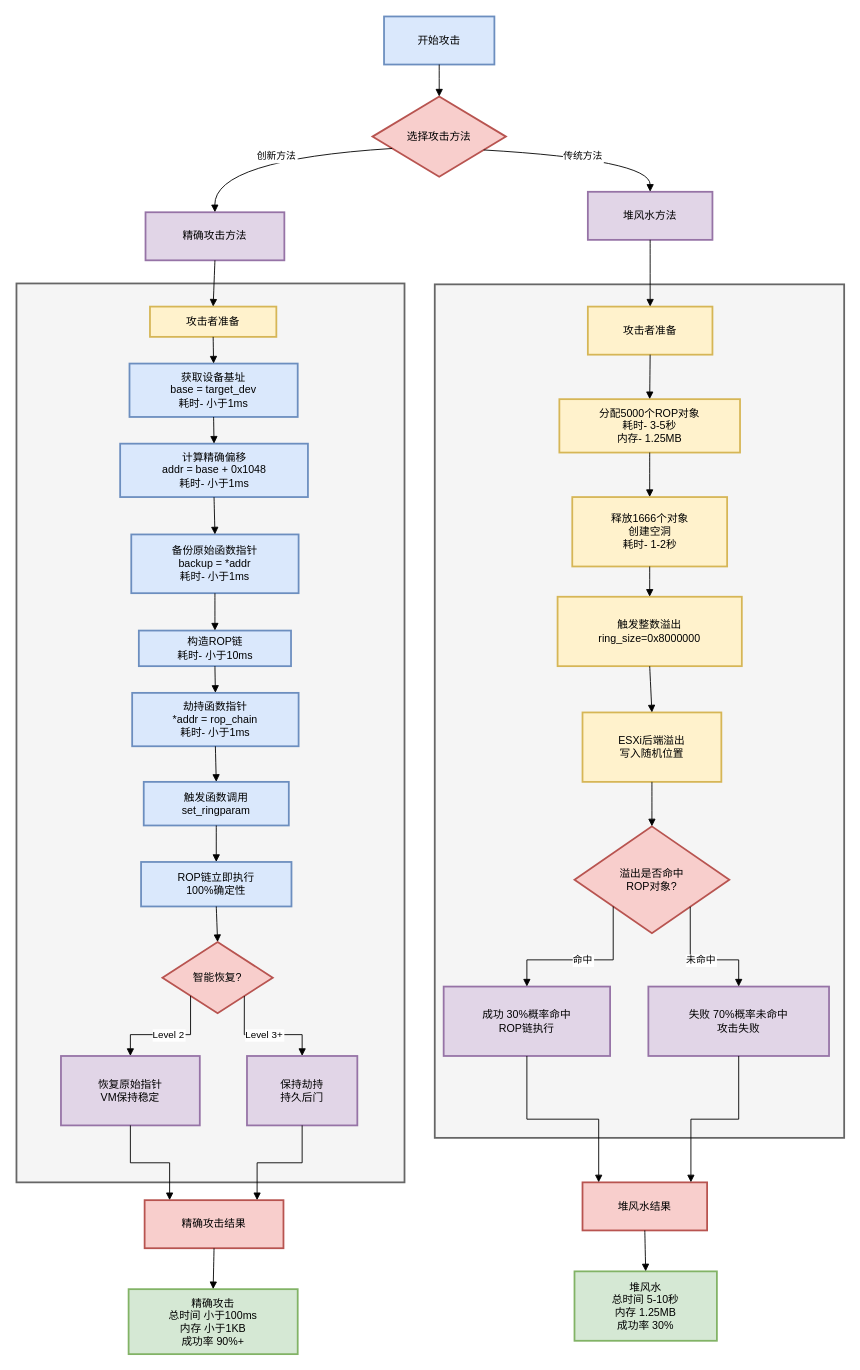
Above: page "第 1 页" (1 of 2) of 2025/堆风水vs精确攻击时序对比图.drawio in clarkhillm/Document (draw.io), before the change. Source tidied: cells renumbered, new cells numbered last; positions are measured from the earlier drawing's top-left corner, leaving out a move shared by most shapes. Both pictures are drawn from the tidied source at 89%, with x=0, y=0 at pixel (16, 16).
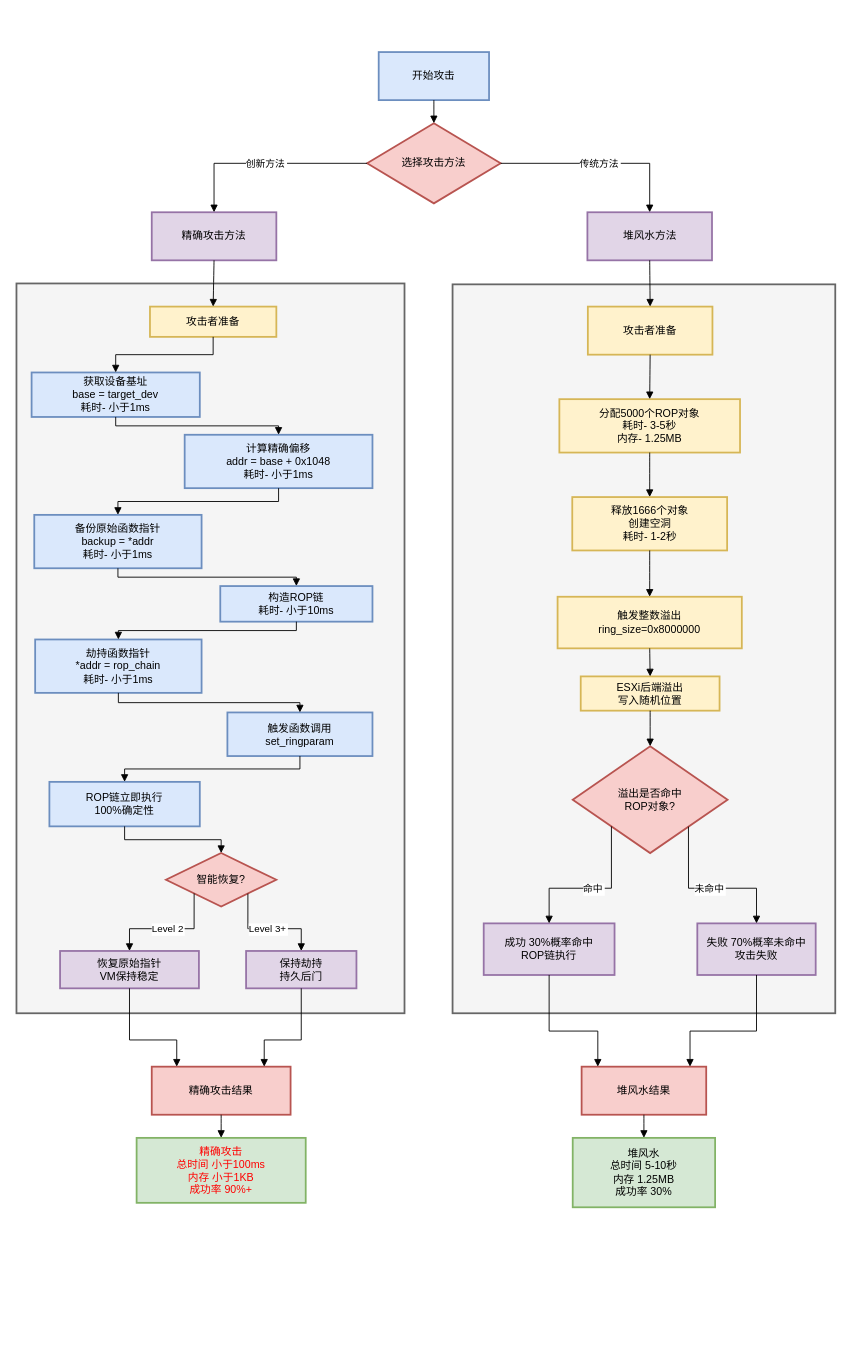
After the change.

Commit message:
更新堆风水vs精确攻击时序对比图.drawio

Unchanged cells that the change refers to:
```xml
<mxCell id="16" value="攻击者准备" style="whiteSpace=wrap;strokeWidth=2;fillColor=#fff2cc;strokeColor=#d6b656;" parent="1" vertex="1">
  <mxGeometry x="150" y="326" width="142" height="34" as="geometry" />
</mxCell>
```

Diff of the diagram source:
```diff
@@
     <mxCell id="2" style="whiteSpace=wrap;strokeWidth=2;fillColor=#f5f5f5;fontColor=#333333;strokeColor=#666666;" parent="1" vertex="1">
-      <mxGeometry y="300" width="436" height="1010" as="geometry" />
+      <mxGeometry y="300" width="436" height="820" as="geometry" />
     </mxCell>
     <mxCell id="3" style="whiteSpace=wrap;strokeWidth=2;fillColor=#f5f5f5;fontColor=#333333;strokeColor=#666666;" parent="1" vertex="1">
-      <mxGeometry x="470" y="301" width="460" height="959" as="geometry" />
+      <mxGeometry x="490" y="301" width="430" height="819" as="geometry" />
     </mxCell>
     <mxCell id="4" value="开始攻击" style="whiteSpace=wrap;strokeWidth=2;fillColor=#dae8fc;strokeColor=#6c8ebf;" parent="1" vertex="1">
-      <mxGeometry x="413" width="124" height="54" as="geometry" />
+      <mxGeometry x="407" y="40" width="124" height="54" as="geometry" />
     </mxCell>
     <mxCell id="5" value="选择攻击方法" style="rhombus;strokeWidth=2;whiteSpace=wrap;fillColor=#f8cecc;strokeColor=#b85450;" parent="1" vertex="1">
-      <mxGeometry x="400" y="90" width="150" height="90" as="geometry" />
+      <mxGeometry x="394" y="120" width="150" height="90" as="geometry" />
     </mxCell>
     <mxCell id="6" value="堆风水方法" style="whiteSpace=wrap;strokeWidth=2;fillColor=#e1d5e7;strokeColor=#9673a6;" parent="1" vertex="1">
-      <mxGeometry x="642" y="197" width="140" height="54" as="geometry" />
+      <mxGeometry x="641.5" y="220" width="140" height="54" as="geometry" />
     </mxCell>
     <mxCell id="7" value="精确攻击方法" style="whiteSpace=wrap;strokeWidth=2;fillColor=#e1d5e7;strokeColor=#9673a6;" parent="1" vertex="1">
-      <mxGeometry x="145" y="220" width="156" height="54" as="geometry" />
+      <mxGeometry x="152" y="220" width="140" height="54" as="geometry" />
     </mxCell>
@@
     <mxCell id="10" value="释放1666个对象&#10;创建空洞&#10;耗时- 1-2秒" style="whiteSpace=wrap;strokeWidth=2;fillColor=#fff2cc;strokeColor=#d6b656;" parent="1" vertex="1">
-      <mxGeometry x="624.5" y="540" width="174" height="78" as="geometry" />
+      <mxGeometry x="624.5" y="540" width="174" height="60" as="geometry" />
     </mxCell>
     <mxCell id="11" value="触发整数溢出&#10;ring_size=0x8000000" style="whiteSpace=wrap;strokeWidth=2;fillColor=#fff2cc;strokeColor=#d6b656;" parent="1" vertex="1">
-      <mxGeometry x="608" y="652" width="207" height="78" as="geometry" />
+      <mxGeometry x="608" y="652" width="207" height="58" as="geometry" />
     </mxCell>
     <mxCell id="12" value="ESXi后端溢出&#10;写入随机位置" style="whiteSpace=wrap;strokeWidth=2;fillColor=#fff2cc;strokeColor=#d6b656;" parent="1" vertex="1">
-      <mxGeometry x="636" y="782" width="156" height="78" as="geometry" />
+      <mxGeometry x="634" y="741.5" width="156" height="38.5" as="geometry" />
     </mxCell>
     <mxCell id="13" value="溢出是否命中&#10;ROP对象?" style="rhombus;strokeWidth=2;whiteSpace=wrap;fillColor=#f8cecc;strokeColor=#b85450;" parent="1" vertex="1">
-      <mxGeometry x="627" y="910" width="174" height="120" as="geometry" />
+      <mxGeometry x="625" y="820" width="174" height="120" as="geometry" />
     </mxCell>
     <mxCell id="14" value="成功 30%概率命中&#10;ROP链执行" style="whiteSpace=wrap;strokeWidth=2;fillColor=#e1d5e7;strokeColor=#9673a6;" parent="1" vertex="1">
-      <mxGeometry x="480" y="1090" width="187" height="78" as="geometry" />
+      <mxGeometry x="525" y="1019" width="147" height="58" as="geometry" />
     </mxCell>
     <mxCell id="15" value="失败 70%概率未命中&#10;攻击失败" style="whiteSpace=wrap;strokeWidth=2;fillColor=#e1d5e7;strokeColor=#9673a6;" parent="1" vertex="1">
-      <mxGeometry x="710" y="1090" width="203" height="78" as="geometry" />
+      <mxGeometry x="765" y="1019" width="133" height="58" as="geometry" />
     </mxCell>
@@
     <mxCell id="17" value="获取设备基址&#10;base = target_dev&#10;耗时- 小于1ms" style="whiteSpace=wrap;strokeWidth=2;fillColor=#dae8fc;strokeColor=#6c8ebf;" parent="1" vertex="1">
-      <mxGeometry x="127" y="390" width="189" height="60" as="geometry" />
+      <mxGeometry x="17" y="400" width="189" height="50" as="geometry" />
     </mxCell>
     <mxCell id="18" value="计算精确偏移&#10;addr = base + 0x1048&#10;耗时- 小于1ms" style="whiteSpace=wrap;strokeWidth=2;fillColor=#dae8fc;strokeColor=#6c8ebf;" parent="1" vertex="1">
-      <mxGeometry x="116.5" y="480" width="211" height="60" as="geometry" />
+      <mxGeometry x="189" y="470" width="211" height="60" as="geometry" />
     </mxCell>
     <mxCell id="19" value="备份原始函数指针&#10;backup = *addr&#10;耗时- 小于1ms" style="whiteSpace=wrap;strokeWidth=2;fillColor=#dae8fc;strokeColor=#6c8ebf;" parent="1" vertex="1">
-      <mxGeometry x="129" y="582" width="188" height="66" as="geometry" />
+      <mxGeometry x="20" y="560" width="188" height="60" as="geometry" />
     </mxCell>
     <mxCell id="20" value="构造ROP链&#10;耗时- 小于10ms" style="whiteSpace=wrap;strokeWidth=2;fillColor=#dae8fc;strokeColor=#6c8ebf;" parent="1" vertex="1">
-      <mxGeometry x="137.5" y="690" width="171" height="40" as="geometry" />
+      <mxGeometry x="229" y="640" width="171" height="40" as="geometry" />
     </mxCell>
     <mxCell id="21" value="劫持函数指针&#10;*addr = rop_chain&#10;耗时- 小于1ms" style="whiteSpace=wrap;strokeWidth=2;fillColor=#dae8fc;strokeColor=#6c8ebf;" parent="1" vertex="1">
-      <mxGeometry x="130" y="760" width="187" height="60" as="geometry" />
+      <mxGeometry x="21" y="700" width="187" height="60" as="geometry" />
     </mxCell>
     <mxCell id="22" value="触发函数调用&#10;set_ringparam" style="whiteSpace=wrap;strokeWidth=2;fillColor=#dae8fc;strokeColor=#6c8ebf;" parent="1" vertex="1">
-      <mxGeometry x="143" y="860" width="163" height="49" as="geometry" />
+      <mxGeometry x="237" y="782" width="163" height="49" as="geometry" />
     </mxCell>
     <mxCell id="23" value="ROP链立即执行&#10;100%确定性" style="whiteSpace=wrap;strokeWidth=2;fillColor=#dae8fc;strokeColor=#6c8ebf;" parent="1" vertex="1">
-      <mxGeometry x="140" y="950" width="169" height="50" as="geometry" />
+      <mxGeometry x="37" y="860" width="169" height="50" as="geometry" />
     </mxCell>
     <mxCell id="24" value="智能恢复?" style="rhombus;strokeWidth=2;whiteSpace=wrap;fillColor=#f8cecc;strokeColor=#b85450;" parent="1" vertex="1">
-      <mxGeometry x="164" y="1040" width="124" height="80" as="geometry" />
+      <mxGeometry x="168" y="940" width="124" height="60" as="geometry" />
     </mxCell>
     <mxCell id="25" value="恢复原始指针&#10;VM保持稳定" style="whiteSpace=wrap;strokeWidth=2;fillColor=#e1d5e7;strokeColor=#9673a6;" parent="1" vertex="1">
-      <mxGeometry x="50" y="1168" width="156" height="78" as="geometry" />
+      <mxGeometry x="49" y="1050" width="156" height="42" as="geometry" />
     </mxCell>
     <mxCell id="26" value="保持劫持&#10;持久后门" style="whiteSpace=wrap;strokeWidth=2;fillColor=#e1d5e7;strokeColor=#9673a6;" parent="1" vertex="1">
-      <mxGeometry x="259" y="1168" width="124" height="78" as="geometry" />
+      <mxGeometry x="258" y="1050" width="124" height="42" as="geometry" />
     </mxCell>
     <mxCell id="27" value="堆风水结果" style="whiteSpace=wrap;strokeWidth=2;fillColor=#f8cecc;strokeColor=#b85450;" parent="1" vertex="1">
-      <mxGeometry x="636" y="1310" width="140" height="54" as="geometry" />
+      <mxGeometry x="635" y="1180" width="140" height="54" as="geometry" />
     </mxCell>
     <mxCell id="28" value="精确攻击结果" style="whiteSpace=wrap;strokeWidth=2;fillColor=#f8cecc;strokeColor=#b85450;" parent="1" vertex="1">
-      <mxGeometry x="144" y="1330" width="156" height="54" as="geometry" />
+      <mxGeometry x="152" y="1180" width="156" height="54" as="geometry" />
     </mxCell>
     <mxCell id="29" value="堆风水&#10;总时间 5-10秒&#10;内存 1.25MB&#10;成功率 30%" style="whiteSpace=wrap;strokeWidth=2;fillColor=#d5e8d4;strokeColor=#82b366;" parent="1" vertex="1">
-      <mxGeometry x="627" y="1410" width="160" height="78" as="geometry" />
+      <mxGeometry x="625" y="1260" width="160" height="78" as="geometry" />
     </mxCell>
-    <mxCell id="30" value="精确攻击&#10;总时间 小于100ms&#10;内存 小于1KB&#10;成功率 90%+" style="whiteSpace=wrap;strokeWidth=2;fillColor=#d5e8d4;strokeColor=#82b366;" parent="1" vertex="1">
-      <mxGeometry x="126" y="1430" width="190" height="73" as="geometry" />
+    <mxCell id="30" value="精确攻击&#10;总时间 小于100ms&#10;内存 小于1KB&#10;成功率 90%+" style="whiteSpace=wrap;strokeWidth=2;fillColor=#d5e8d4;strokeColor=#82b366;fontColor=#FF0000;" parent="1" vertex="1">
+      <mxGeometry x="135" y="1260" width="190" height="73" as="geometry" />
     </mxCell>
@@
-    <mxCell id="32" value="传统方法" style="curved=1;startArrow=none;endArrow=block;exitX=1;exitY=0.75;entryX=0.5;entryY=0;rounded=0;" parent="1" edge="1" source="5" target="6">
-      <mxGeometry relative="1" as="geometry">
-        <Array as="points">
-          <mxPoint x="712" y="161" />
-        </Array>
-      </mxGeometry>
+    <mxCell id="32" value="传统方法" style="startArrow=none;endArrow=block;exitX=1;exitY=0.5;entryX=0.5;entryY=0;rounded=0;edgeStyle=orthogonalEdgeStyle;exitDx=0;exitDy=0;" parent="1" edge="1" source="5" target="6">
+      <mxGeometry relative="1" as="geometry" />
     </mxCell>
-    <mxCell id="33" value="创新方法" style="curved=1;startArrow=none;endArrow=block;exitX=0;exitY=0.71;entryX=0.5;entryY=0;rounded=0;" parent="1" edge="1" source="5" target="7">
-      <mxGeometry relative="1" as="geometry">
-        <Array as="points">
-          <mxPoint x="222" y="161" />
-        </Array>
-      </mxGeometry>
+    <mxCell id="33" value="创新方法" style="startArrow=none;endArrow=block;exitX=0;exitY=0.5;entryX=0.5;entryY=0;rounded=0;edgeStyle=orthogonalEdgeStyle;exitDx=0;exitDy=0;" parent="1" edge="1" source="5" target="7">
+      <mxGeometry relative="1" as="geometry" />
     </mxCell>
@@
-    <mxCell id="42" style="curved=1;startArrow=none;endArrow=block;exitX=0.5;exitY=1;entryX=0.5;entryY=0;rounded=0;" parent="1" edge="1" source="16" target="17">
+    <mxCell id="42" style="startArrow=none;endArrow=block;exitX=0.5;exitY=1;entryX=0.5;entryY=0;rounded=0;edgeStyle=orthogonalEdgeStyle;" parent="1" edge="1" source="16" target="17">
       <mxGeometry relative="1" as="geometry" />
     </mxCell>
-    <mxCell id="43" style="curved=1;startArrow=none;endArrow=block;exitX=0.5;exitY=1;entryX=0.5;entryY=0;rounded=0;" parent="1" edge="1" source="17" target="18">
+    <mxCell id="43" style="startArrow=none;endArrow=block;exitX=0.5;exitY=1;entryX=0.5;entryY=0;rounded=0;edgeStyle=orthogonalEdgeStyle;" parent="1" edge="1" source="17" target="18">
       <mxGeometry relative="1" as="geometry" />
     </mxCell>
-    <mxCell id="44" style="curved=1;startArrow=none;endArrow=block;exitX=0.5;exitY=1;entryX=0.5;entryY=0;rounded=0;" parent="1" edge="1" source="18" target="19">
+    <mxCell id="44" style="startArrow=none;endArrow=block;exitX=0.5;exitY=1;entryX=0.5;entryY=0;rounded=0;edgeStyle=orthogonalEdgeStyle;" parent="1" edge="1" source="18" target="19">
       <mxGeometry relative="1" as="geometry" />
     </mxCell>
-    <mxCell id="45" style="curved=1;startArrow=none;endArrow=block;exitX=0.5;exitY=1;entryX=0.5;entryY=0;rounded=0;" parent="1" edge="1" source="19" target="20">
+    <mxCell id="45" style="startArrow=none;endArrow=block;exitX=0.5;exitY=1;entryX=0.5;entryY=0;rounded=0;edgeStyle=orthogonalEdgeStyle;" parent="1" edge="1" source="19" target="20">
       <mxGeometry relative="1" as="geometry" />
     </mxCell>
-    <mxCell id="46" style="curved=1;startArrow=none;endArrow=block;exitX=0.5;exitY=1;entryX=0.5;entryY=0;rounded=0;" parent="1" edge="1" source="20" target="21">
+    <mxCell id="46" style="startArrow=none;endArrow=block;exitX=0.5;exitY=1;entryX=0.5;entryY=0;rounded=0;edgeStyle=orthogonalEdgeStyle;" parent="1" edge="1" source="20" target="21">
       <mxGeometry relative="1" as="geometry" />
     </mxCell>
-    <mxCell id="47" style="curved=1;startArrow=none;endArrow=block;exitX=0.5;exitY=1;entryX=0.5;entryY=0;rounded=0;" parent="1" edge="1" source="21" target="22">
+    <mxCell id="47" style="startArrow=none;endArrow=block;exitX=0.5;exitY=1;entryX=0.5;entryY=0;rounded=0;edgeStyle=orthogonalEdgeStyle;" parent="1" edge="1" source="21" target="22">
       <mxGeometry relative="1" as="geometry" />
     </mxCell>
-    <mxCell id="48" style="curved=1;startArrow=none;endArrow=block;exitX=0.5;exitY=1;entryX=0.5;entryY=0;rounded=0;" parent="1" edge="1" source="22" target="23">
+    <mxCell id="48" style="startArrow=none;endArrow=block;exitX=0.5;exitY=1;entryX=0.5;entryY=0;rounded=0;edgeStyle=orthogonalEdgeStyle;" parent="1" edge="1" source="22" target="23">
       <mxGeometry relative="1" as="geometry" />
     </mxCell>
-    <mxCell id="49" style="curved=1;startArrow=none;endArrow=block;exitX=0.5;exitY=1;entryX=0.5;entryY=0;rounded=0;" parent="1" edge="1" source="23" target="24">
+    <mxCell id="49" style="startArrow=none;endArrow=block;exitX=0.5;exitY=1;entryX=0.5;entryY=0;rounded=0;edgeStyle=orthogonalEdgeStyle;" parent="1" edge="1" source="23" target="24">
       <mxGeometry relative="1" as="geometry" />
     </mxCell>
@@
     <mxCell id="53" style="startArrow=none;endArrow=block;exitX=0.5;exitY=1;entryX=0.13;entryY=0;rounded=0;edgeStyle=orthogonalEdgeStyle;" parent="1" edge="1" source="14" target="27">
-      <mxGeometry relative="1" as="geometry" />
+      <mxGeometry relative="1" as="geometry">
+        <Array as="points">
+          <mxPoint x="599" y="1140" />
+          <mxPoint x="653" y="1140" />
+        </Array>
+      </mxGeometry>
     </mxCell>
     <mxCell id="54" style="startArrow=none;endArrow=block;exitX=0.5;exitY=1;entryX=0.87;entryY=0;rounded=0;edgeStyle=orthogonalEdgeStyle;" parent="1" edge="1" source="15" target="27">
-      <mxGeometry relative="1" as="geometry" />
+      <mxGeometry relative="1" as="geometry">
+        <Array as="points">
+          <mxPoint x="832" y="1140" />
+          <mxPoint x="757" y="1140" />
+        </Array>
+      </mxGeometry>
     </mxCell>
     <mxCell id="55" style="startArrow=none;endArrow=block;exitX=0.5;exitY=1;entryX=0.18;entryY=0;rounded=0;edgeStyle=orthogonalEdgeStyle;" parent="1" edge="1" source="25" target="28">
-      <mxGeometry relative="1" as="geometry" />
+      <mxGeometry relative="1" as="geometry">
+        <Array as="points">
+          <mxPoint x="127" y="1150" />
+          <mxPoint x="180" y="1150" />
+        </Array>
+      </mxGeometry>
     </mxCell>
     <mxCell id="56" style="startArrow=none;endArrow=block;exitX=0.5;exitY=1;entryX=0.81;entryY=0;rounded=0;edgeStyle=orthogonalEdgeStyle;" parent="1" edge="1" source="26" target="28">
-      <mxGeometry relative="1" as="geometry" />
+      <mxGeometry relative="1" as="geometry">
+        <Array as="points">
+          <mxPoint x="320" y="1150" />
+          <mxPoint x="278" y="1150" />
+        </Array>
+      </mxGeometry>
     </mxCell>
```
